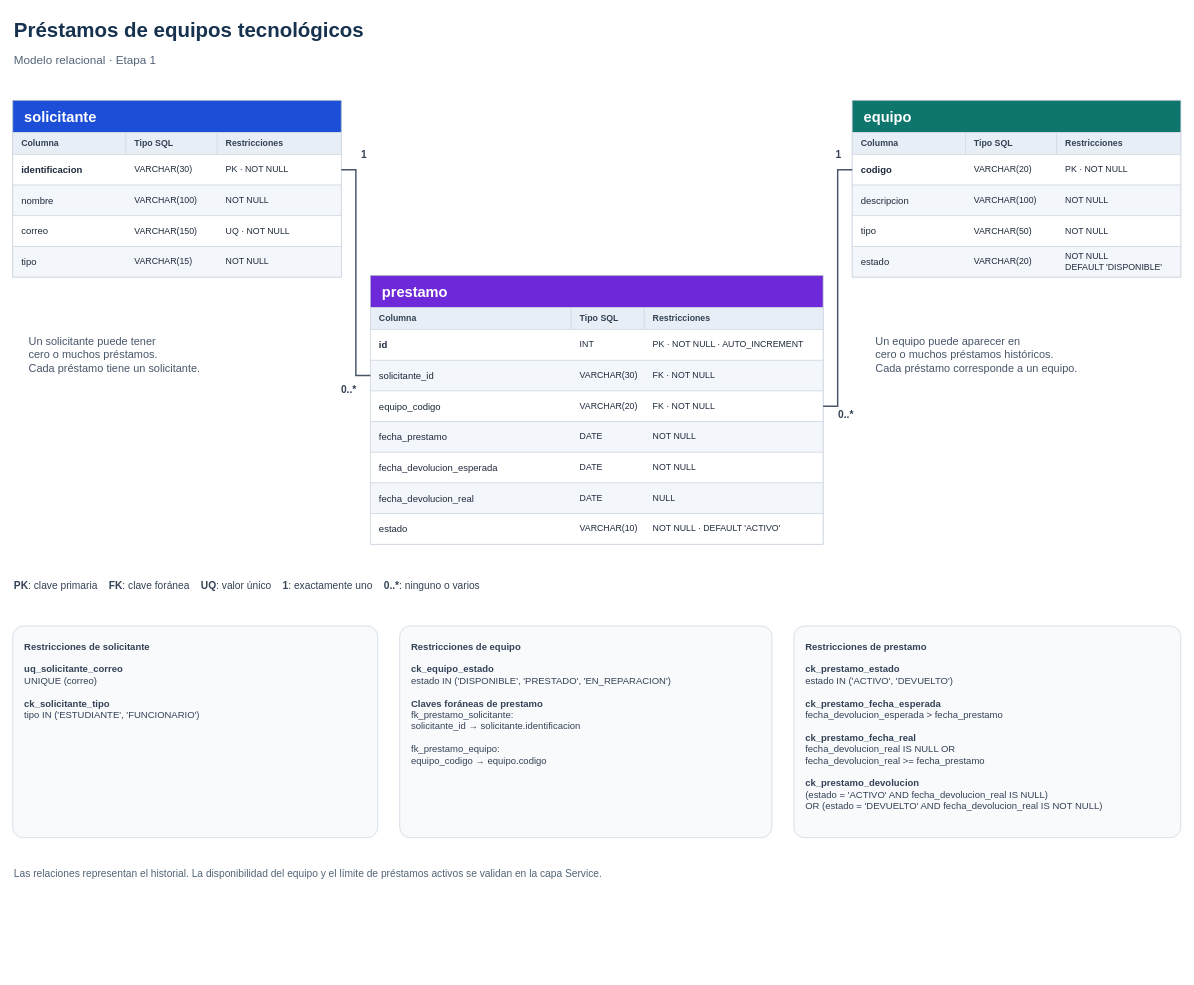
Earlier version of the draw.io diagram docs/etapa_1/diagramas/relacional.drawio (JohnPQ2312/examen1progra3). Source tidied: cells renumbered, new cells numbered last; positions are measured from the earlier drawing's top-left corner, leaving out a move shared by most shapes. Both pictures are drawn from the tidied source at 73%, with x=0, y=0 at pixel (12, 12).
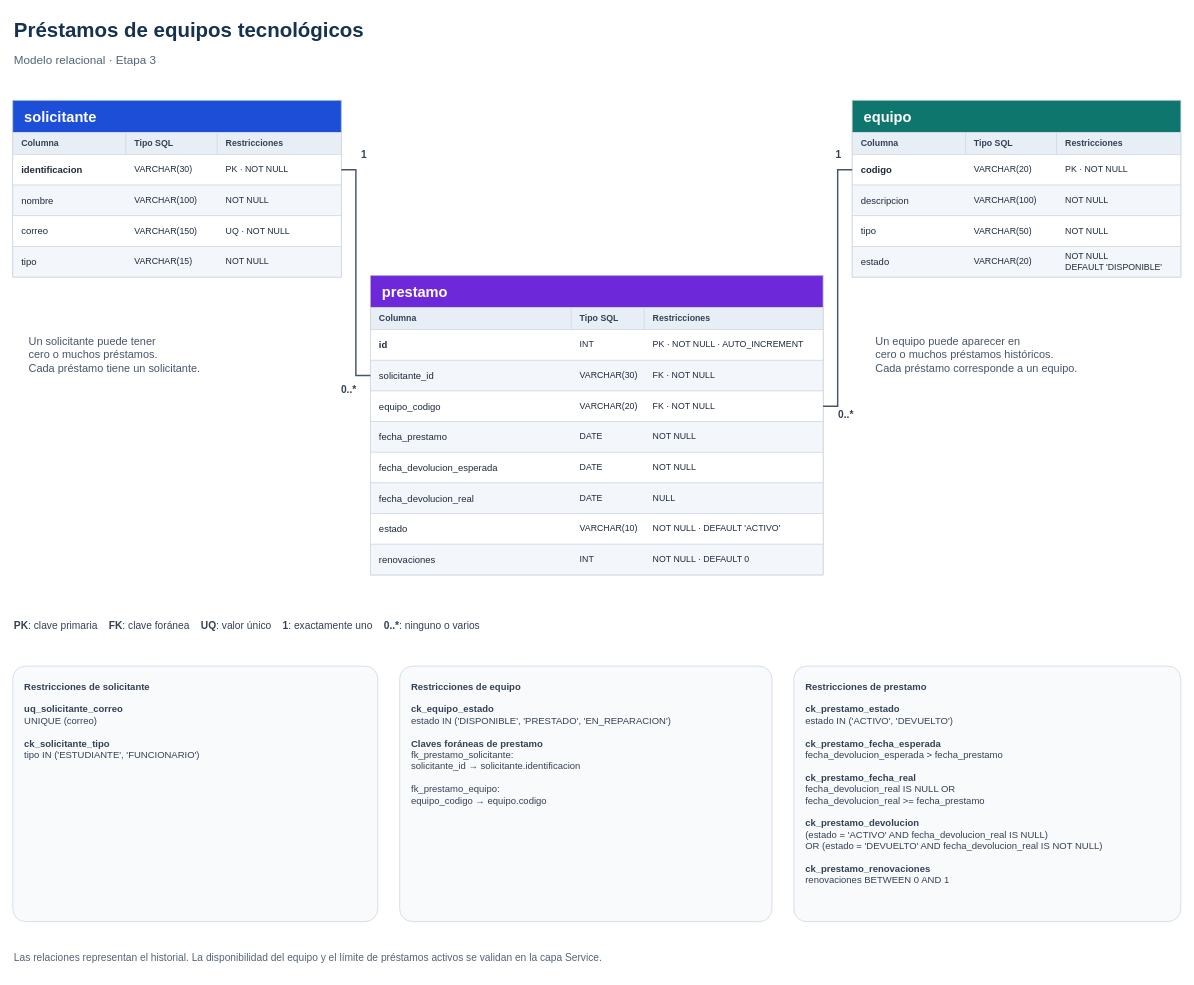
The same diagram, later.

What changed in the source:
```diff
@@
-    <mxCell id="3" value="Modelo relacional · Etapa 1" style="text;html=1;strokeColor=none;fillColor=none;align=left;verticalAlign=middle;whiteSpace=wrap;rounded=0;fontFamily=Arial;fontSize=16;fontColor=#526477;" parent="1" vertex="1">
+    <mxCell id="3" value="Modelo relacional · Etapa 3" style="text;html=1;strokeColor=none;fillColor=none;align=left;verticalAlign=middle;whiteSpace=wrap;rounded=0;fontFamily=Arial;fontSize=16;fontColor=#526477;" parent="1" vertex="1">
       <mxGeometry y="50" width="1600" height="30" as="geometry" />
     </mxCell>
@@
     <mxCell id="44" value="prestamo" style="swimlane;html=1;startSize=44;horizontal=1;rounded=0;fillColor=#6d28d9;swimlaneFillColor=#ffffff;strokeColor=#aab7c4;fontColor=#ffffff;fontFamily=Arial;fontSize=20;fontStyle=1;align=left;spacingLeft=14;" parent="1" vertex="1">
-      <mxGeometry x="490" y="360" width="620" height="368" as="geometry" />
+      <mxGeometry x="490" y="360" width="620" height="410" as="geometry" />
     </mxCell>
@@
     <mxCell id="84" value="&lt;b&gt;PK&lt;/b&gt;: clave primaria &amp;nbsp;&amp;nbsp; &lt;b&gt;FK&lt;/b&gt;: clave foránea &amp;nbsp;&amp;nbsp; &lt;b&gt;UQ&lt;/b&gt;: valor único &amp;nbsp;&amp;nbsp; &lt;b&gt;1&lt;/b&gt;: exactamente uno &amp;nbsp;&amp;nbsp; &lt;b&gt;0..*&lt;/b&gt;: ninguno o varios" style="text;html=1;strokeColor=none;fillColor=none;align=left;verticalAlign=middle;whiteSpace=wrap;rounded=0;fontFamily=Arial;fontSize=14;fontColor=#334155;" parent="1" vertex="1">
-      <mxGeometry y="765" width="1600" height="40" as="geometry" />
+      <mxGeometry y="820" width="1600" height="40" as="geometry" />
     </mxCell>
     <mxCell id="85" value="&lt;b&gt;Restricciones de solicitante&lt;/b&gt;&lt;br&gt;&lt;br&gt;&lt;b&gt;uq_solicitante_correo&lt;/b&gt;&lt;br&gt;UNIQUE (correo)&lt;br&gt;&lt;br&gt;&lt;b&gt;ck_solicitante_tipo&lt;/b&gt;&lt;br&gt;tipo IN ('ESTUDIANTE', 'FUNCIONARIO')" style="rounded=1;arcSize=5;whiteSpace=wrap;html=1;align=left;verticalAlign=top;spacing=16;fillColor=#f8fafc;strokeColor=#cbd5e1;fontFamily=Arial;fontSize=13;fontColor=#334155;" parent="1" vertex="1">
-      <mxGeometry y="840" width="500" height="290" as="geometry" />
+      <mxGeometry y="895" width="500" height="350" as="geometry" />
     </mxCell>
     <mxCell id="86" value="&lt;b&gt;Restricciones de equipo&lt;/b&gt;&lt;br&gt;&lt;br&gt;&lt;b&gt;ck_equipo_estado&lt;/b&gt;&lt;br&gt;estado IN ('DISPONIBLE', 'PRESTADO', 'EN_REPARACION')&lt;br&gt;&lt;br&gt;&lt;b&gt;Claves foráneas de prestamo&lt;/b&gt;&lt;br&gt;fk_prestamo_solicitante:&lt;br&gt;solicitante_id → solicitante.identificacion&lt;br&gt;&lt;br&gt;fk_prestamo_equipo:&lt;br&gt;equipo_codigo → equipo.codigo" style="rounded=1;arcSize=5;whiteSpace=wrap;html=1;align=left;verticalAlign=top;spacing=16;fillColor=#f8fafc;strokeColor=#cbd5e1;fontFamily=Arial;fontSize=13;fontColor=#334155;" parent="1" vertex="1">
-      <mxGeometry x="530" y="840" width="510" height="290" as="geometry" />
+      <mxGeometry x="530" y="895" width="510" height="350" as="geometry" />
     </mxCell>
-    <mxCell id="87" value="&lt;b&gt;Restricciones de prestamo&lt;/b&gt;&lt;br&gt;&lt;br&gt;&lt;b&gt;ck_prestamo_estado&lt;/b&gt;&lt;br&gt;estado IN ('ACTIVO', 'DEVUELTO')&lt;br&gt;&lt;br&gt;&lt;b&gt;ck_prestamo_fecha_esperada&lt;/b&gt;&lt;br&gt;fecha_devolucion_esperada &amp;gt; fecha_prestamo&lt;br&gt;&lt;br&gt;&lt;b&gt;ck_prestamo_fecha_real&lt;/b&gt;&lt;br&gt;fecha_devolucion_real IS NULL OR&lt;br&gt;fecha_devolucion_real &amp;gt;= fecha_prestamo&lt;br&gt;&lt;br&gt;&lt;b&gt;ck_prestamo_devolucion&lt;/b&gt;&lt;br&gt;(estado = 'ACTIVO' AND fecha_devolucion_real IS NULL)&lt;br&gt;OR (estado = 'DEVUELTO' AND fecha_devolucion_real IS NOT NULL)" style="rounded=1;arcSize=5;whiteSpace=wrap;html=1;align=left;verticalAlign=top;spacing=16;fillColor=#f8fafc;strokeColor=#cbd5e1;fontFamily=Arial;fontSize=13;fontColor=#334155;" parent="1" vertex="1">
-      <mxGeometry x="1070" y="840" width="530" height="290" as="geometry" />
+    <mxCell id="87" value="&lt;b&gt;Restricciones de prestamo&lt;/b&gt;&lt;br&gt;&lt;br&gt;&lt;b&gt;ck_prestamo_estado&lt;/b&gt;&lt;br&gt;estado IN ('ACTIVO', 'DEVUELTO')&lt;br&gt;&lt;br&gt;&lt;b&gt;ck_prestamo_fecha_esperada&lt;/b&gt;&lt;br&gt;fecha_devolucion_esperada &amp;gt; fecha_prestamo&lt;br&gt;&lt;br&gt;&lt;b&gt;ck_prestamo_fecha_real&lt;/b&gt;&lt;br&gt;fecha_devolucion_real IS NULL OR&lt;br&gt;fecha_devolucion_real &amp;gt;= fecha_prestamo&lt;br&gt;&lt;br&gt;&lt;b&gt;ck_prestamo_devolucion&lt;/b&gt;&lt;br&gt;(estado = 'ACTIVO' AND fecha_devolucion_real IS NULL)&lt;br&gt;OR (estado = 'DEVUELTO' AND fecha_devolucion_real IS NOT NULL)&lt;br&gt;&lt;br&gt;&lt;b&gt;ck_prestamo_renovaciones&lt;/b&gt;&lt;br&gt;renovaciones BETWEEN 0 AND 1" style="rounded=1;arcSize=5;whiteSpace=wrap;html=1;align=left;verticalAlign=top;spacing=16;fillColor=#f8fafc;strokeColor=#cbd5e1;fontFamily=Arial;fontSize=13;fontColor=#334155;" parent="1" vertex="1">
+      <mxGeometry x="1070" y="895" width="530" height="350" as="geometry" />
     </mxCell>
     <mxCell id="88" value="Las relaciones representan el historial. La disponibilidad del equipo y el límite de préstamos activos se validan en la capa Service." style="text;html=1;strokeColor=none;fillColor=none;align=left;verticalAlign=middle;whiteSpace=wrap;rounded=0;fontFamily=Arial;fontSize=14;fontColor=#526477;" parent="1" vertex="1">
-      <mxGeometry y="1160" width="1600" height="40" as="geometry" />
+      <mxGeometry y="1275" width="1600" height="40" as="geometry" />
     </mxCell>
+    <mxCell id="89" style="rounded=0;html=1;fillColor=#f3f6fa;strokeColor=#d1d9e3;" parent="44" vertex="1">
+      <mxGeometry y="368" width="620" height="42" as="geometry" />
+    </mxCell>
+    <mxCell id="90" value="renovaciones" style="text;html=1;strokeColor=none;fillColor=none;align=left;verticalAlign=middle;whiteSpace=wrap;rounded=0;fontFamily=Arial;fontSize=13;spacingLeft=10;fontColor=#1e293b;" parent="89" vertex="1">
+      <mxGeometry width="275" height="42" as="geometry" />
+    </mxCell>
+    <mxCell id="91" value="INT" style="text;html=1;strokeColor=none;fillColor=none;align=left;verticalAlign=middle;whiteSpace=wrap;rounded=0;fontFamily=Arial;fontSize=12;spacingLeft=10;fontColor=#1e293b;" parent="89" vertex="1">
+      <mxGeometry x="275" width="100" height="42" as="geometry" />
+    </mxCell>
+    <mxCell id="92" value="NOT NULL · DEFAULT 0" style="text;html=1;strokeColor=none;fillColor=none;align=left;verticalAlign=middle;whiteSpace=wrap;rounded=0;fontFamily=Arial;fontSize=12;spacingLeft=10;fontColor=#1e293b;" parent="89" vertex="1">
+      <mxGeometry x="375" width="245" height="42" as="geometry" />
+    </mxCell>
```
